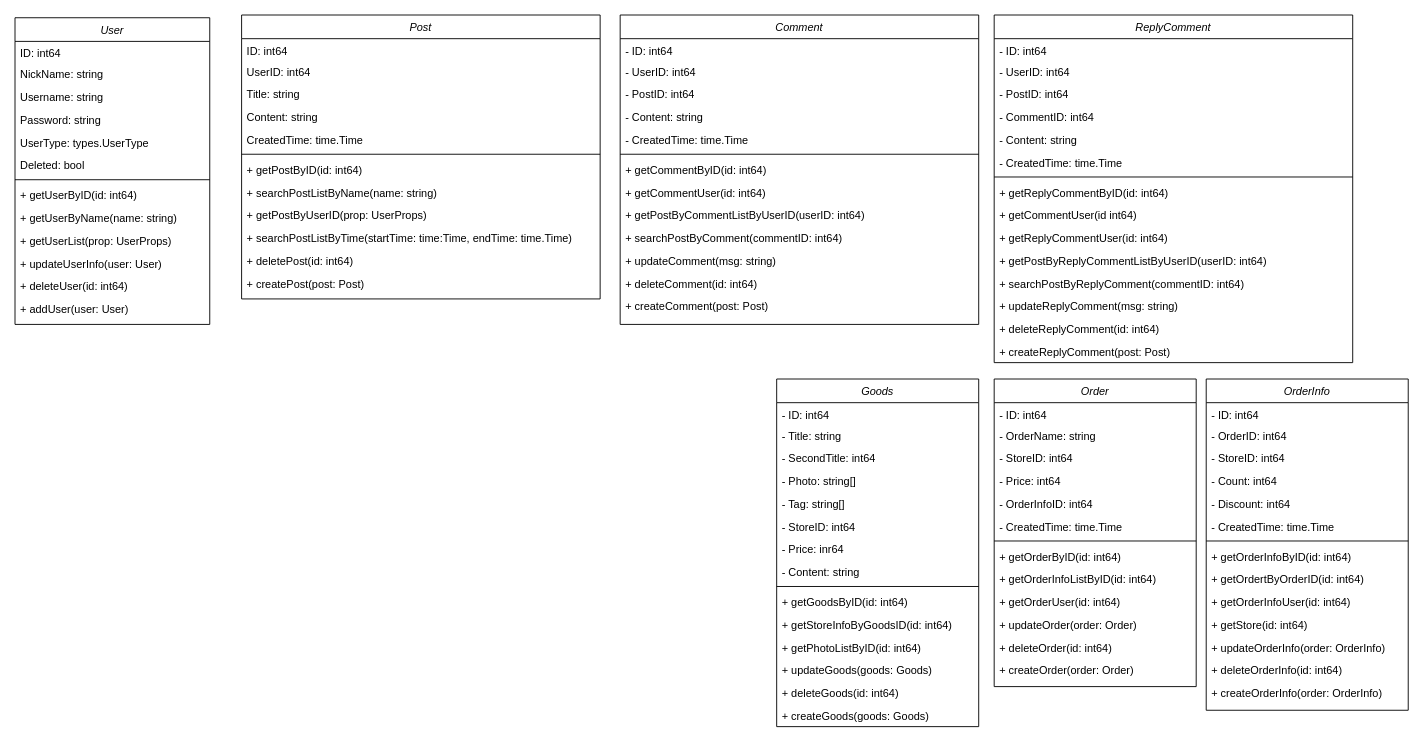
The draw.io diagram 毕业设计CQUPT/类图.drawio in myjdml/drowio, before the edit. Source tidied: cells renumbered, new cells numbered last; positions are measured from the earlier drawing's top-left corner, leaving out a move shared by most shapes. Both pictures are drawn from the tidied source at 91%, with x=0, y=0 at pixel (15, 15).
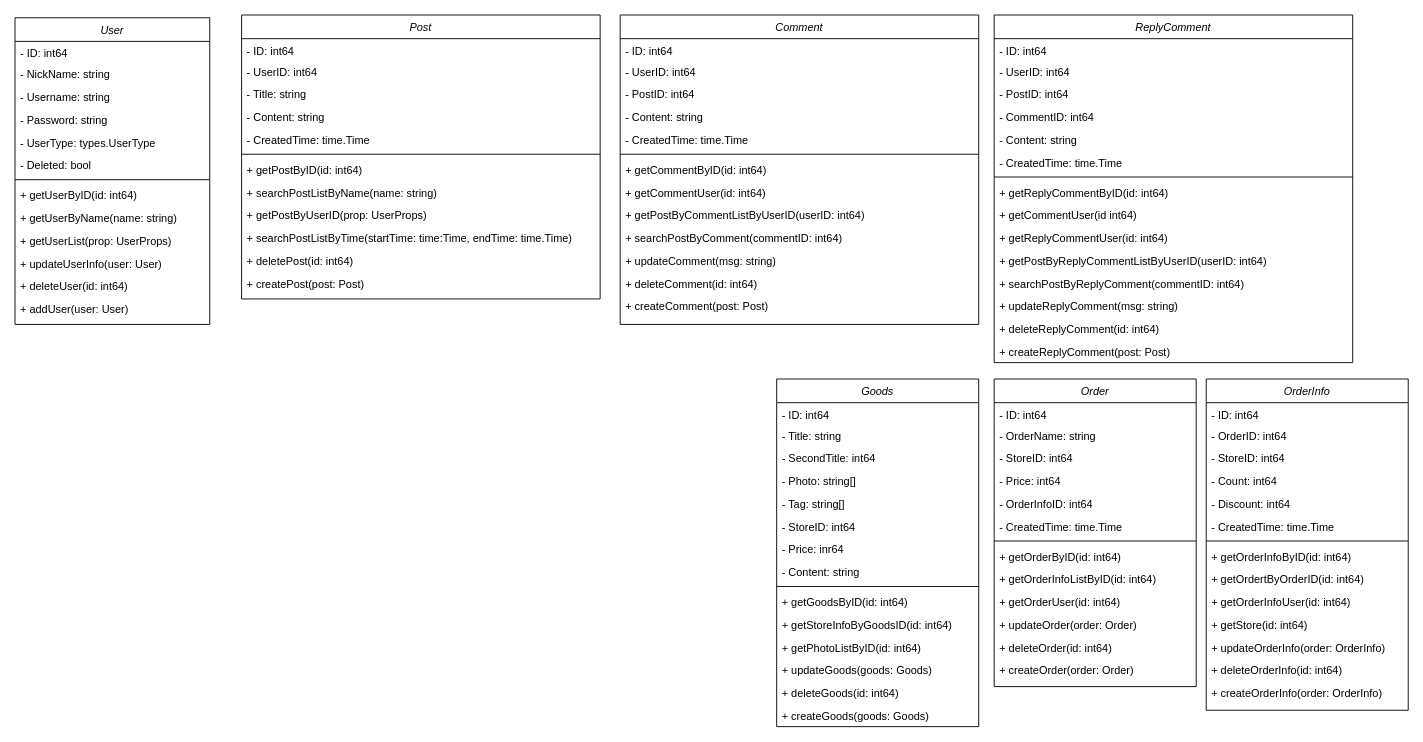
The same diagram, later.

The change refers to these unchanged cells:
```xml
<mxCell id="2" value="User" style="swimlane;fontStyle=2;align=center;verticalAlign=top;horizontal=1;startSize=26;rounded=0;shadow=0;strokeWidth=1;" parent="1" vertex="1">
  <mxGeometry y="3" width="214" height="337" as="geometry" />
</mxCell>
<mxCell id="16" value="Post" style="swimlane;fontStyle=2;align=center;verticalAlign=top;horizontal=1;startSize=26;rounded=0;shadow=0;strokeWidth=1;" parent="1" vertex="1">
  <mxGeometry x="249" width="394" height="312" as="geometry" />
</mxCell>
```

Diff of the diagram source:
```diff
@@
-    <mxCell id="3" value="ID: int64" style="text;align=left;verticalAlign=top;spacingLeft=4;spacingRight=4;overflow=hidden;" parent="2" vertex="1">
+    <mxCell id="3" value="- ID: int64" style="text;align=left;verticalAlign=top;spacingLeft=4;spacingRight=4;overflow=hidden;" parent="2" vertex="1">
       <mxGeometry y="26" width="214" height="23" as="geometry" />
     </mxCell>
-    <mxCell id="4" value="NickName: string" style="text;align=left;verticalAlign=top;spacingLeft=4;spacingRight=4;overflow=hidden;rounded=0;shadow=0;html=0;" parent="2" vertex="1">
+    <mxCell id="4" value="- NickName: string" style="text;align=left;verticalAlign=top;spacingLeft=4;spacingRight=4;overflow=hidden;rounded=0;shadow=0;html=0;" parent="2" vertex="1">
       <mxGeometry y="49" width="214" height="25" as="geometry" />
     </mxCell>
-    <mxCell id="5" value="Username: string" style="text;align=left;verticalAlign=top;spacingLeft=4;spacingRight=4;overflow=hidden;rounded=0;shadow=0;html=0;" parent="2" vertex="1">
+    <mxCell id="5" value="- Username: string" style="text;align=left;verticalAlign=top;spacingLeft=4;spacingRight=4;overflow=hidden;rounded=0;shadow=0;html=0;" parent="2" vertex="1">
       <mxGeometry y="74" width="214" height="25" as="geometry" />
     </mxCell>
-    <mxCell id="6" value="Password: string" style="text;align=left;verticalAlign=top;spacingLeft=4;spacingRight=4;overflow=hidden;rounded=0;shadow=0;html=0;" parent="2" vertex="1">
+    <mxCell id="6" value="- Password: string" style="text;align=left;verticalAlign=top;spacingLeft=4;spacingRight=4;overflow=hidden;rounded=0;shadow=0;html=0;" parent="2" vertex="1">
       <mxGeometry y="99" width="214" height="25" as="geometry" />
     </mxCell>
-    <mxCell id="7" value="UserType: types.UserType" style="text;align=left;verticalAlign=top;spacingLeft=4;spacingRight=4;overflow=hidden;rounded=0;shadow=0;html=0;" parent="2" vertex="1">
+    <mxCell id="7" value="- UserType: types.UserType" style="text;align=left;verticalAlign=top;spacingLeft=4;spacingRight=4;overflow=hidden;rounded=0;shadow=0;html=0;" parent="2" vertex="1">
       <mxGeometry y="124" width="214" height="25" as="geometry" />
     </mxCell>
-    <mxCell id="8" value="Deleted: bool" style="text;align=left;verticalAlign=top;spacingLeft=4;spacingRight=4;overflow=hidden;rounded=0;shadow=0;html=0;" parent="2" vertex="1">
+    <mxCell id="8" value="- Deleted: bool" style="text;align=left;verticalAlign=top;spacingLeft=4;spacingRight=4;overflow=hidden;rounded=0;shadow=0;html=0;" parent="2" vertex="1">
       <mxGeometry y="149" width="214" height="25" as="geometry" />
     </mxCell>
@@
-    <mxCell id="17" value="ID: int64" style="text;align=left;verticalAlign=top;spacingLeft=4;spacingRight=4;overflow=hidden;" parent="16" vertex="1">
+    <mxCell id="17" value="- ID: int64" style="text;align=left;verticalAlign=top;spacingLeft=4;spacingRight=4;overflow=hidden;" parent="16" vertex="1">
       <mxGeometry y="26" width="394" height="23" as="geometry" />
     </mxCell>
-    <mxCell id="18" value="UserID: int64" style="text;align=left;verticalAlign=top;spacingLeft=4;spacingRight=4;overflow=hidden;rounded=0;shadow=0;html=0;" parent="16" vertex="1">
+    <mxCell id="18" value="- UserID: int64" style="text;align=left;verticalAlign=top;spacingLeft=4;spacingRight=4;overflow=hidden;rounded=0;shadow=0;html=0;" parent="16" vertex="1">
       <mxGeometry y="49" width="394" height="25" as="geometry" />
     </mxCell>
-    <mxCell id="19" value="Title: string" style="text;align=left;verticalAlign=top;spacingLeft=4;spacingRight=4;overflow=hidden;rounded=0;shadow=0;html=0;" parent="16" vertex="1">
+    <mxCell id="19" value="- Title: string" style="text;align=left;verticalAlign=top;spacingLeft=4;spacingRight=4;overflow=hidden;rounded=0;shadow=0;html=0;" parent="16" vertex="1">
       <mxGeometry y="74" width="394" height="25" as="geometry" />
     </mxCell>
-    <mxCell id="20" value="Content: string" style="text;align=left;verticalAlign=top;spacingLeft=4;spacingRight=4;overflow=hidden;rounded=0;shadow=0;html=0;" parent="16" vertex="1">
+    <mxCell id="20" value="- Content: string" style="text;align=left;verticalAlign=top;spacingLeft=4;spacingRight=4;overflow=hidden;rounded=0;shadow=0;html=0;" parent="16" vertex="1">
       <mxGeometry y="99" width="394" height="25" as="geometry" />
     </mxCell>
-    <mxCell id="21" value="CreatedTime: time.Time" style="text;align=left;verticalAlign=top;spacingLeft=4;spacingRight=4;overflow=hidden;rounded=0;shadow=0;html=0;" parent="16" vertex="1">
+    <mxCell id="21" value="- CreatedTime: time.Time" style="text;align=left;verticalAlign=top;spacingLeft=4;spacingRight=4;overflow=hidden;rounded=0;shadow=0;html=0;" parent="16" vertex="1">
       <mxGeometry y="124" width="394" height="25" as="geometry" />
     </mxCell>
```
